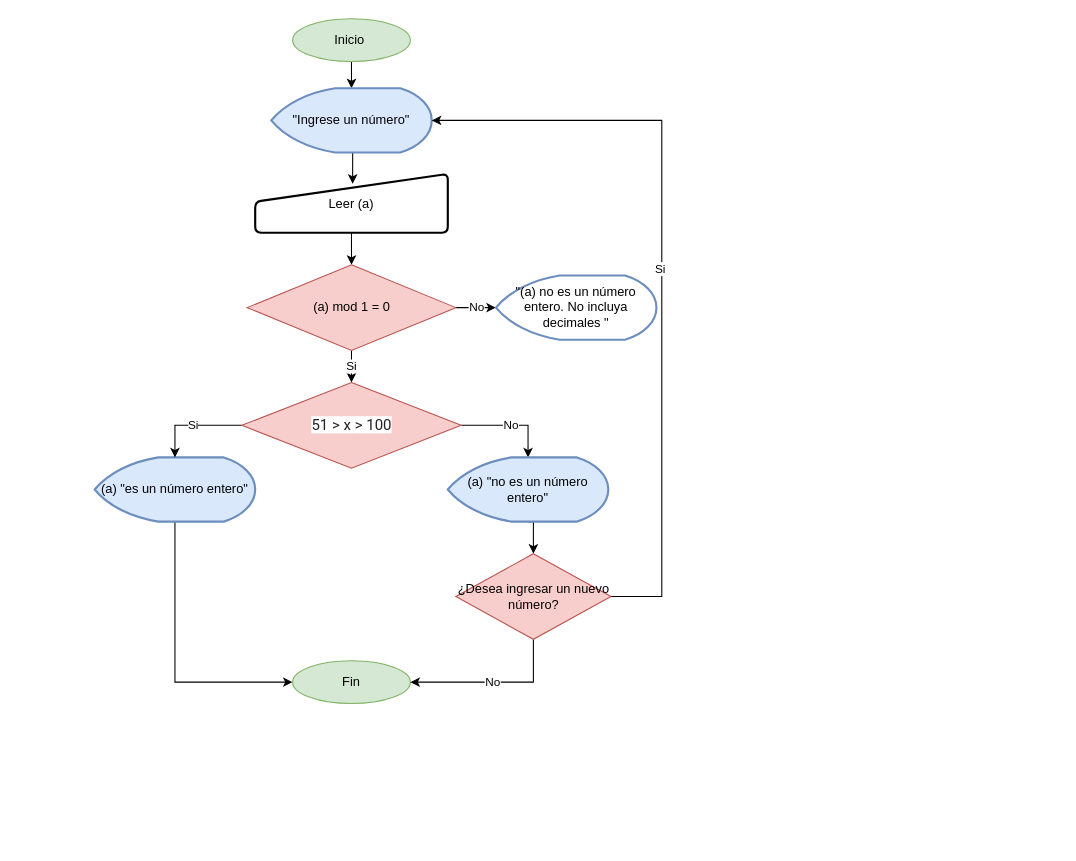
The draw.io diagram page "Page-4" (4 of 8) of Homework1_1.drawio in liliana-cusicanqui/Homework_1_1, before the edit. Source tidied: cells renumbered, new cells numbered last; positions are measured from the earlier drawing's top-left corner, leaving out a move shared by most shapes. Both pictures are drawn from the tidied source at 107%, with x=0, y=0 at pixel (94, 18).
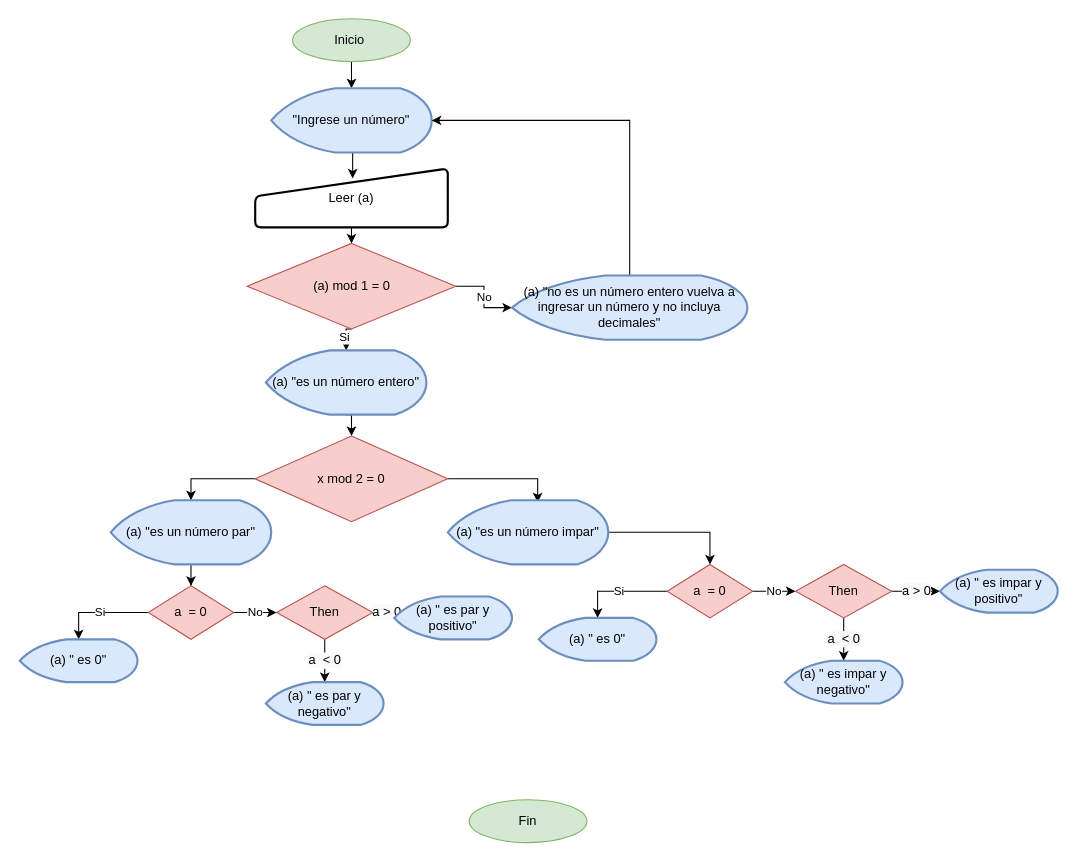
After the change.

The change refers to these unchanged cells:
```xml
<mxCell id="5" value="&lt;font face=&quot;helvetica&quot;&gt;&quot;Ingrese un número&quot;&lt;/font&gt;" style="strokeWidth=2;html=1;shape=mxgraph.flowchart.display;whiteSpace=wrap;fillColor=#dae8fc;strokeColor=#6c8ebf;" parent="1" vertex="1">
  <mxGeometry x="165" y="65" width="150" height="60" as="geometry" />
</mxCell>
```

What changed in the source:
```diff
@@
     <mxCell id="7" value="Leer (a)" style="html=1;strokeWidth=2;shape=manualInput;whiteSpace=wrap;rounded=1;size=26;arcSize=11;" parent="1" vertex="1">
-      <mxGeometry x="150" y="145" width="180" height="55" as="geometry" />
+      <mxGeometry x="150" y="140" width="180" height="55" as="geometry" />
     </mxCell>
-    <mxCell id="8" value="Si" style="edgeStyle=orthogonalEdgeStyle;rounded=0;jettySize=auto;html=1;exitX=0.5;exitY=1;exitDx=0;exitDy=0;entryX=0.5;entryY=0;entryDx=0;entryDy=0;" parent="1" edge="1" source="10">
-      <mxGeometry relative="1" as="geometry">
-        <mxPoint x="240" y="340" as="targetPoint" />
-      </mxGeometry>
-    </mxCell>
-    <mxCell id="9" value="No" style="edgeStyle=orthogonalEdgeStyle;rounded=0;jettySize=auto;html=1;exitX=1;exitY=0.5;exitDx=0;exitDy=0;" parent="1" edge="1" source="10">
-      <mxGeometry relative="1" as="geometry">
-        <mxPoint x="375" y="270" as="targetPoint" />
-      </mxGeometry>
-    </mxCell>
+    <mxCell id="23" value="No" style="edgeStyle=orthogonalEdgeStyle;rounded=0;jettySize=auto;html=1;entryX=0;entryY=0.5;entryDx=0;entryDy=0;entryPerimeter=0;" parent="1" edge="1" source="10" target="18">
+      <mxGeometry relative="1" as="geometry" />
+    </mxCell>
+    <mxCell id="24" value="Si&amp;nbsp;" style="edgeStyle=orthogonalEdgeStyle;rounded=0;jettySize=auto;html=1;exitX=0.5;exitY=1;exitDx=0;exitDy=0;entryX=0.5;entryY=0;entryDx=0;entryDy=0;entryPerimeter=0;" parent="1" edge="1" source="10" target="13">
+      <mxGeometry relative="1" as="geometry" />
+    </mxCell>
     <mxCell id="10" value="(a) mod 1 = 0" style="rhombus;whiteSpace=wrap;html=1;fillColor=#f8cecc;strokeColor=#b85450;" parent="1" vertex="1">
-      <mxGeometry x="142.5" y="230" width="195" height="80" as="geometry" />
+      <mxGeometry x="142.5" y="210" width="195" height="80" as="geometry" />
     </mxCell>
-    <mxCell id="11" value="&lt;font face=&quot;helvetica&quot;&gt;&quot;(a) no es un número entero. No incluya decimales &quot;&lt;/font&gt;" style="strokeWidth=2;html=1;shape=mxgraph.flowchart.display;whiteSpace=wrap;strokeColor=#6c8ebf;fillColor=none;" parent="1" vertex="1">
-      <mxGeometry x="375" y="240" width="150" height="60" as="geometry" />
-    </mxCell>
-    <mxCell id="12" style="edgeStyle=orthogonalEdgeStyle;rounded=0;jettySize=auto;html=1;exitX=0.5;exitY=1;exitDx=0;exitDy=0;exitPerimeter=0;entryX=0;entryY=0.5;entryDx=0;entryDy=0;" parent="1" edge="1" source="13" target="19">
-      <mxGeometry relative="1" as="geometry" />
-    </mxCell>
+    <mxCell id="25" style="edgeStyle=orthogonalEdgeStyle;rounded=0;jettySize=auto;html=1;exitX=0.5;exitY=1;exitDx=0;exitDy=0;exitPerimeter=0;entryX=0.5;entryY=0;entryDx=0;entryDy=0;" parent="1" edge="1" source="13" target="29">
+      <mxGeometry relative="1" as="geometry" />
+    </mxCell>
     <mxCell id="13" value="&lt;font face=&quot;helvetica&quot;&gt;(a) &quot;es un número entero&quot;&lt;/font&gt;" style="strokeWidth=2;html=1;shape=mxgraph.flowchart.display;whiteSpace=wrap;fillColor=#dae8fc;strokeColor=#6c8ebf;" parent="1" vertex="1">
-      <mxGeometry y="410" width="150" height="60" as="geometry" />
+      <mxGeometry x="160" y="310" width="150" height="60" as="geometry" />
     </mxCell>
-    <mxCell id="14" value="Si" style="edgeStyle=orthogonalEdgeStyle;rounded=0;jettySize=auto;html=1;exitX=0;exitY=0.5;exitDx=0;exitDy=0;" parent="1" edge="1" source="16" target="13">
-      <mxGeometry relative="1" as="geometry" />
-    </mxCell>
-    <mxCell id="15" value="No" style="edgeStyle=orthogonalEdgeStyle;rounded=0;jettySize=auto;html=1;exitX=1;exitY=0.5;exitDx=0;exitDy=0;entryX=0.5;entryY=0;entryDx=0;entryDy=0;entryPerimeter=0;" parent="1" edge="1" source="16" target="18">
-      <mxGeometry relative="1" as="geometry" />
-    </mxCell>
-    <mxCell id="16" value="&lt;span style=&quot;color: rgb(32 , 33 , 36) ; font-family: &amp;#34;roboto&amp;#34; , &amp;#34;helveticaneue&amp;#34; , &amp;#34;arial&amp;#34; , sans-serif ; font-size: 14px ; text-align: left ; background-color: rgb(255 , 255 , 255)&quot;&gt;51 &amp;gt; x&amp;nbsp;&lt;/span&gt;&lt;span style=&quot;color: rgb(32 , 33 , 36) ; font-family: &amp;#34;roboto&amp;#34; , &amp;#34;helveticaneue&amp;#34; , &amp;#34;arial&amp;#34; , sans-serif ; font-size: 14px ; text-align: left ; background-color: rgb(255 , 255 , 255)&quot;&gt;&amp;gt; 100&lt;/span&gt;" style="rhombus;whiteSpace=wrap;html=1;fillColor=#f8cecc;strokeColor=#b85450;" parent="1" vertex="1">
-      <mxGeometry x="137.5" y="340" width="205" height="80" as="geometry" />
-    </mxCell>
-    <mxCell id="17" style="edgeStyle=orthogonalEdgeStyle;rounded=0;jettySize=auto;html=1;exitX=0.5;exitY=1;exitDx=0;exitDy=0;exitPerimeter=0;entryX=0.5;entryY=0;entryDx=0;entryDy=0;" parent="1" edge="1" source="18" target="22">
-      <mxGeometry relative="1" as="geometry" />
-    </mxCell>
+    <mxCell id="26" style="edgeStyle=orthogonalEdgeStyle;rounded=0;jettySize=auto;html=1;exitX=0.5;exitY=0;exitDx=0;exitDy=0;exitPerimeter=0;entryX=1;entryY=0.5;entryDx=0;entryDy=0;entryPerimeter=0;" parent="1" edge="1" source="18" target="5">
+      <mxGeometry relative="1" as="geometry" />
+    </mxCell>
-    <mxCell id="18" value="&lt;font face=&quot;helvetica&quot;&gt;(a) &quot;no es un número entero&quot;&lt;/font&gt;" style="strokeWidth=2;html=1;shape=mxgraph.flowchart.display;whiteSpace=wrap;fillColor=#dae8fc;strokeColor=#6c8ebf;" parent="1" vertex="1">
-      <mxGeometry x="330" y="410" width="150" height="60" as="geometry" />
+    <mxCell id="18" value="&lt;font face=&quot;helvetica&quot;&gt;(a) &quot;no es un número entero vuelva a ingresar un número y no incluya decimales&quot;&lt;/font&gt;" style="strokeWidth=2;html=1;shape=mxgraph.flowchart.display;whiteSpace=wrap;fillColor=#dae8fc;strokeColor=#6c8ebf;" parent="1" vertex="1">
+      <mxGeometry x="390" y="240" width="220" height="60" as="geometry" />
     </mxCell>
     <mxCell id="19" value="Fin" style="ellipse;whiteSpace=wrap;html=1;fillColor=#d5e8d4;strokeColor=#82b366;" parent="1" vertex="1">
-      <mxGeometry x="185" y="600" width="110" height="40" as="geometry" />
+      <mxGeometry x="350" y="730" width="110" height="40" as="geometry" />
     </mxCell>
-    <mxCell id="20" value="No" style="edgeStyle=orthogonalEdgeStyle;rounded=0;jettySize=auto;html=1;exitX=0.5;exitY=1;exitDx=0;exitDy=0;entryX=1;entryY=0.5;entryDx=0;entryDy=0;" parent="1" edge="1" source="22" target="19">
-      <mxGeometry relative="1" as="geometry" />
-    </mxCell>
-    <mxCell id="21" value="Si&amp;nbsp;" style="edgeStyle=orthogonalEdgeStyle;rounded=0;jettySize=auto;html=1;exitX=1;exitY=0.5;exitDx=0;exitDy=0;entryX=1;entryY=0.5;entryDx=0;entryDy=0;entryPerimeter=0;" parent="1" edge="1" source="22" target="5">
-      <mxGeometry relative="1" as="geometry">
-        <Array as="points">
-          <mxPoint x="530" y="540" />
-          <mxPoint x="530" y="95" />
-        </Array>
-      </mxGeometry>
-    </mxCell>
-    <mxCell id="22" value="&lt;font face=&quot;helvetica&quot;&gt;¿Desea ingresar un nuevo número?&lt;/font&gt;" style="rhombus;whiteSpace=wrap;html=1;fillColor=#f8cecc;strokeColor=#b85450;" parent="1" vertex="1">
-      <mxGeometry x="337.5" y="500" width="145" height="80" as="geometry" />
-    </mxCell>
+    <mxCell id="27" style="edgeStyle=orthogonalEdgeStyle;rounded=0;jettySize=auto;html=1;exitX=0;exitY=0.5;exitDx=0;exitDy=0;entryX=0.5;entryY=0;entryDx=0;entryDy=0;entryPerimeter=0;" parent="1" edge="1" source="29" target="31">
+      <mxGeometry relative="1" as="geometry" />
+    </mxCell>
+    <mxCell id="28" style="edgeStyle=orthogonalEdgeStyle;rounded=0;jettySize=auto;html=1;exitX=1;exitY=0.5;exitDx=0;exitDy=0;entryX=0.56;entryY=0.033;entryDx=0;entryDy=0;entryPerimeter=0;" parent="1" edge="1" source="29" target="33">
+      <mxGeometry relative="1" as="geometry" />
+    </mxCell>
+    <mxCell id="29" value="x mod 2 = 0" style="rhombus;whiteSpace=wrap;html=1;fillColor=#f8cecc;strokeColor=#b85450;" parent="1" vertex="1">
+      <mxGeometry x="150" y="390" width="180" height="80" as="geometry" />
+    </mxCell>
+    <mxCell id="30" style="edgeStyle=orthogonalEdgeStyle;rounded=0;jettySize=auto;html=1;exitX=0.5;exitY=1;exitDx=0;exitDy=0;exitPerimeter=0;" parent="1" edge="1" source="31" target="36">
+      <mxGeometry relative="1" as="geometry" />
+    </mxCell>
+    <mxCell id="31" value="&lt;font face=&quot;helvetica&quot;&gt;(a) &quot;es un número par&quot;&lt;/font&gt;" style="strokeWidth=2;html=1;shape=mxgraph.flowchart.display;whiteSpace=wrap;fillColor=#dae8fc;strokeColor=#6c8ebf;" parent="1" vertex="1">
+      <mxGeometry x="15" y="450" width="150" height="60" as="geometry" />
+    </mxCell>
+    <mxCell id="32" style="edgeStyle=orthogonalEdgeStyle;rounded=0;jettySize=auto;html=1;exitX=1;exitY=0.5;exitDx=0;exitDy=0;exitPerimeter=0;entryX=0.5;entryY=0;entryDx=0;entryDy=0;" parent="1" edge="1" source="33" target="45">
+      <mxGeometry relative="1" as="geometry" />
+    </mxCell>
+    <mxCell id="33" value="&lt;font face=&quot;helvetica&quot;&gt;(a) &quot;es un número impar&quot;&lt;/font&gt;" style="strokeWidth=2;html=1;shape=mxgraph.flowchart.display;whiteSpace=wrap;fillColor=#dae8fc;strokeColor=#6c8ebf;" parent="1" vertex="1">
+      <mxGeometry x="330" y="450" width="150" height="60" as="geometry" />
+    </mxCell>
+    <mxCell id="34" value="Si" style="edgeStyle=orthogonalEdgeStyle;rounded=0;jettySize=auto;html=1;entryX=0.5;entryY=0;entryDx=0;entryDy=0;entryPerimeter=0;" parent="1" edge="1" source="36" target="37">
+      <mxGeometry relative="1" as="geometry" />
+    </mxCell>
+    <mxCell id="35" value="No" style="edgeStyle=orthogonalEdgeStyle;rounded=0;jettySize=auto;html=1;entryX=0;entryY=0.5;entryDx=0;entryDy=0;" parent="1" edge="1" source="36" target="40">
+      <mxGeometry relative="1" as="geometry" />
+    </mxCell>
+    <mxCell id="36" value="a &amp;nbsp;= 0" style="rhombus;whiteSpace=wrap;html=1;fillColor=#f8cecc;strokeColor=#b85450;" parent="1" vertex="1">
+      <mxGeometry x="50" y="530" width="80" height="50" as="geometry" />
+    </mxCell>
+    <mxCell id="37" value="&lt;font face=&quot;helvetica&quot;&gt;(a) &quot; es 0&quot;&lt;/font&gt;" style="strokeWidth=2;html=1;shape=mxgraph.flowchart.display;whiteSpace=wrap;fillColor=#dae8fc;strokeColor=#6c8ebf;" parent="1" vertex="1">
+      <mxGeometry x="-70" y="580" width="110" height="40" as="geometry" />
+    </mxCell>
+    <mxCell id="38" value="&lt;span style=&quot;color: rgb(0, 0, 0); font-family: helvetica; font-size: 12px; font-style: normal; font-weight: normal; letter-spacing: normal; text-align: center; text-indent: 0px; text-transform: none; word-spacing: 0px; background-color: rgb(248, 249, 250); text-decoration: none; display: inline; float: none;&quot;&gt;a &amp;gt; 0&lt;/span&gt;" style="edgeStyle=orthogonalEdgeStyle;rounded=0;jettySize=auto;html=1;exitX=1;exitY=0.5;exitDx=0;exitDy=0;entryX=0;entryY=0.5;entryDx=0;entryDy=0;entryPerimeter=0;" parent="1" edge="1" source="40" target="42">
+      <mxGeometry relative="1" as="geometry" />
+    </mxCell>
+    <mxCell id="39" value="&lt;span style=&quot;color: rgb(0, 0, 0); font-family: helvetica; font-size: 12px; font-style: normal; font-weight: normal; letter-spacing: normal; text-align: center; text-indent: 0px; text-transform: none; word-spacing: 0px; background-color: rgb(248, 249, 250); text-decoration: none; display: inline; float: none;&quot;&gt;a &amp;nbsp;&amp;lt; 0&lt;/span&gt;" style="edgeStyle=orthogonalEdgeStyle;rounded=0;jettySize=auto;html=1;exitX=0.5;exitY=1;exitDx=0;exitDy=0;entryX=0.5;entryY=0;entryDx=0;entryDy=0;entryPerimeter=0;" parent="1" edge="1" source="40" target="41">
+      <mxGeometry relative="1" as="geometry" />
+    </mxCell>
+    <mxCell id="40" value="Then" style="rhombus;whiteSpace=wrap;html=1;fillColor=#f8cecc;strokeColor=#b85450;" parent="1" vertex="1">
+      <mxGeometry x="170" y="530" width="90" height="50" as="geometry" />
+    </mxCell>
+    <mxCell id="41" value="&lt;font face=&quot;helvetica&quot;&gt;(a) &quot; es par y negativo&quot;&lt;/font&gt;" style="strokeWidth=2;html=1;shape=mxgraph.flowchart.display;whiteSpace=wrap;fillColor=#dae8fc;strokeColor=#6c8ebf;" parent="1" vertex="1">
+      <mxGeometry x="160" y="620" width="110" height="40" as="geometry" />
+    </mxCell>
+    <mxCell id="42" value="&lt;font face=&quot;helvetica&quot;&gt;(a) &quot; es par y positivo&quot;&lt;/font&gt;" style="strokeWidth=2;html=1;shape=mxgraph.flowchart.display;whiteSpace=wrap;fillColor=#dae8fc;strokeColor=#6c8ebf;" parent="1" vertex="1">
+      <mxGeometry x="280" y="540" width="110" height="40" as="geometry" />
+    </mxCell>
+    <mxCell id="43" value="Si" style="edgeStyle=orthogonalEdgeStyle;rounded=0;jettySize=auto;html=1;entryX=0.5;entryY=0;entryDx=0;entryDy=0;entryPerimeter=0;" parent="1" edge="1" source="45" target="46">
+      <mxGeometry relative="1" as="geometry" />
+    </mxCell>
+    <mxCell id="44" value="No" style="edgeStyle=orthogonalEdgeStyle;rounded=0;jettySize=auto;html=1;entryX=0;entryY=0.5;entryDx=0;entryDy=0;" parent="1" edge="1" source="45" target="49">
+      <mxGeometry relative="1" as="geometry" />
+    </mxCell>
+    <mxCell id="45" value="a &amp;nbsp;= 0" style="rhombus;whiteSpace=wrap;html=1;fillColor=#f8cecc;strokeColor=#b85450;" parent="1" vertex="1">
+      <mxGeometry x="535" y="510" width="80" height="50" as="geometry" />
+    </mxCell>
+    <mxCell id="46" value="&lt;font face=&quot;helvetica&quot;&gt;(a) &quot; es 0&quot;&lt;/font&gt;" style="strokeWidth=2;html=1;shape=mxgraph.flowchart.display;whiteSpace=wrap;fillColor=#dae8fc;strokeColor=#6c8ebf;" parent="1" vertex="1">
+      <mxGeometry x="415" y="560" width="110" height="40" as="geometry" />
+    </mxCell>
+    <mxCell id="47" value="&lt;span style=&quot;color: rgb(0, 0, 0); font-family: helvetica; font-size: 12px; font-style: normal; font-weight: normal; letter-spacing: normal; text-align: center; text-indent: 0px; text-transform: none; word-spacing: 0px; background-color: rgb(248, 249, 250); text-decoration: none; display: inline; float: none;&quot;&gt;a &amp;gt; 0&lt;/span&gt;" style="edgeStyle=orthogonalEdgeStyle;rounded=0;jettySize=auto;html=1;exitX=1;exitY=0.5;exitDx=0;exitDy=0;entryX=0;entryY=0.5;entryDx=0;entryDy=0;entryPerimeter=0;" parent="1" edge="1" source="49" target="51">
+      <mxGeometry relative="1" as="geometry" />
+    </mxCell>
+    <mxCell id="48" value="&lt;span style=&quot;color: rgb(0, 0, 0); font-family: helvetica; font-size: 12px; font-style: normal; font-weight: normal; letter-spacing: normal; text-align: center; text-indent: 0px; text-transform: none; word-spacing: 0px; background-color: rgb(248, 249, 250); text-decoration: none; display: inline; float: none;&quot;&gt;a &amp;nbsp;&amp;lt; 0&lt;/span&gt;" style="edgeStyle=orthogonalEdgeStyle;rounded=0;jettySize=auto;html=1;exitX=0.5;exitY=1;exitDx=0;exitDy=0;entryX=0.5;entryY=0;entryDx=0;entryDy=0;entryPerimeter=0;" parent="1" edge="1" source="49" target="50">
+      <mxGeometry relative="1" as="geometry" />
+    </mxCell>
+    <mxCell id="49" value="Then" style="rhombus;whiteSpace=wrap;html=1;fillColor=#f8cecc;strokeColor=#b85450;" parent="1" vertex="1">
+      <mxGeometry x="655" y="510" width="90" height="50" as="geometry" />
+    </mxCell>
+    <mxCell id="50" value="&lt;font face=&quot;helvetica&quot;&gt;(a) &quot; es impar y negativo&quot;&lt;/font&gt;" style="strokeWidth=2;html=1;shape=mxgraph.flowchart.display;whiteSpace=wrap;fillColor=#dae8fc;strokeColor=#6c8ebf;" parent="1" vertex="1">
+      <mxGeometry x="645" y="600" width="110" height="40" as="geometry" />
+    </mxCell>
+    <mxCell id="51" value="&lt;font face=&quot;helvetica&quot;&gt;(a) &quot; es impar y positivo&quot;&lt;/font&gt;" style="strokeWidth=2;html=1;shape=mxgraph.flowchart.display;whiteSpace=wrap;fillColor=#dae8fc;strokeColor=#6c8ebf;" parent="1" vertex="1">
+      <mxGeometry x="790" y="515" width="110" height="40" as="geometry" />
+    </mxCell>
```
